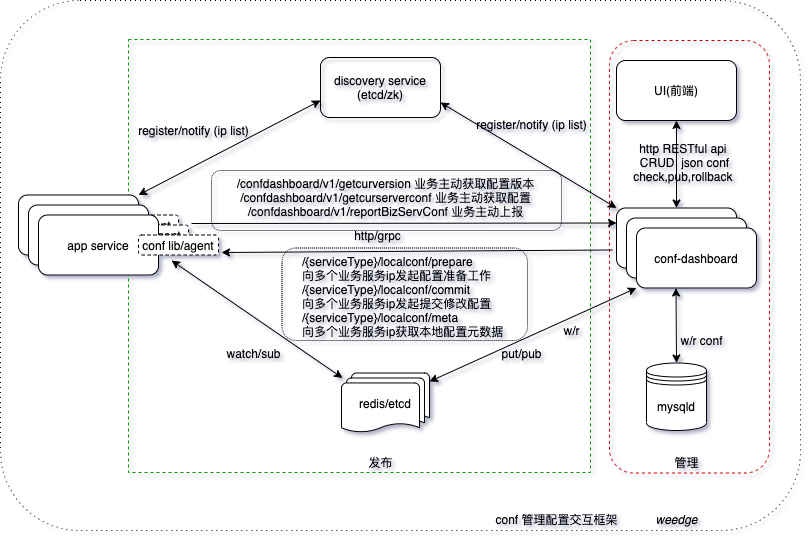
This is config-arch.drawio.png from weedge/mypic, a draw.io export, as it was before one commit. Source tidied: cells renumbered, new cells last; positions are measured from the earlier drawing's top-left corner, leaving out a move shared by most shapes.
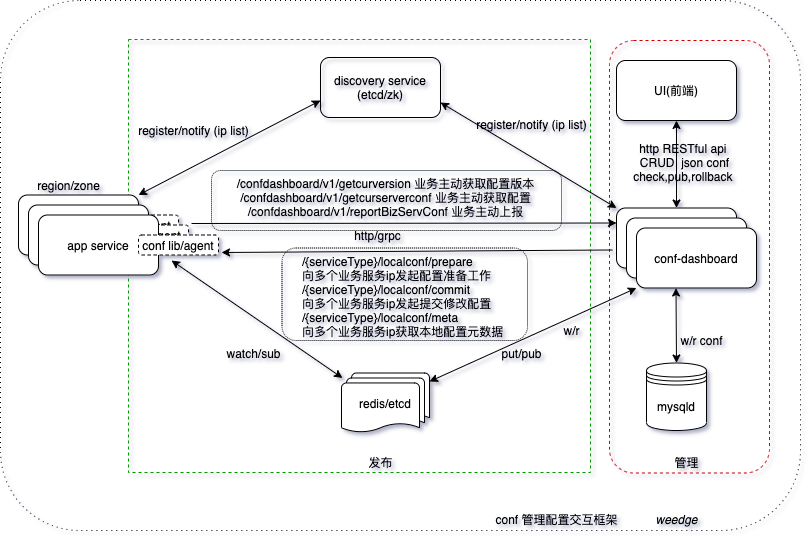
The same file after the commit.

The edit, as a diff of the source:
```diff
@@ -136,5 +136,8 @@
     <mxCell id="41" value="发布" style="text;html=1;align=center;verticalAlign=middle;strokeColor=none;fillColor=none;" parent="1" vertex="1">
       <mxGeometry x="360" y="452" width="40" height="20" as="geometry" />
     </mxCell>
+    <mxCell id="42" value="region/zone" style="text;html=1;align=center;verticalAlign=middle;strokeColor=none;fillColor=none;" parent="1" vertex="1">
+      <mxGeometry x="28" y="174.5" width="80" height="20" as="geometry" />
+    </mxCell>
   </root>
 </mxGraphModel>
```
